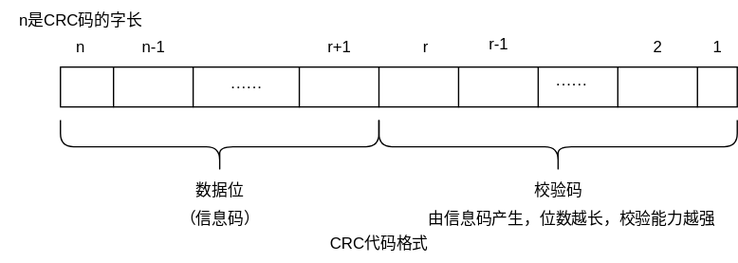
shenbeipiao/Reading-notes keeps this draw.io diagram as 软考/软考.svg. Above is the earlier version. Source tidied: cells renumbered, new cells last; positions are measured from the earlier drawing's top-left corner, leaving out a move shared by most shapes. Its diagram source:
```xml
<mxGraphModel>
  <root>
    <mxCell id="0" />
    <mxCell id="1" parent="0" />
    <mxCell id="2" style="rounded=0;whiteSpace=wrap;html=1;" parent="1" vertex="1">
      <mxGeometry x="45" y="50" width="510" height="30" as="geometry" />
    </mxCell>
    <mxCell id="3" style="shape=partialRectangle;whiteSpace=wrap;html=1;top=0;bottom=0;fillColor=none;" parent="1" vertex="1">
      <mxGeometry x="85" y="50" width="60" height="30" as="geometry" />
    </mxCell>
    <mxCell id="4" style="shape=partialRectangle;whiteSpace=wrap;html=1;top=0;bottom=0;fillColor=none;" parent="1" vertex="1">
      <mxGeometry x="225" y="50" width="60" height="30" as="geometry" />
    </mxCell>
    <mxCell id="5" style="shape=partialRectangle;whiteSpace=wrap;html=1;top=0;bottom=0;fillColor=none;" parent="1" vertex="1">
      <mxGeometry x="345" y="50" width="60" height="30" as="geometry" />
    </mxCell>
    <mxCell id="6" value="n&lt;br&gt;" style="text;html=1;align=center;verticalAlign=middle;strokeColor=none;fillColor=none;" parent="1" vertex="1">
      <mxGeometry x="45" y="20" width="30" height="30" as="geometry" />
    </mxCell>
    <mxCell id="7" value="n-1" style="text;html=1;align=center;verticalAlign=middle;strokeColor=none;fillColor=none;" parent="1" vertex="1">
      <mxGeometry x="95" y="20" width="40" height="30" as="geometry" />
    </mxCell>
    <mxCell id="8" value="······" style="text;html=1;align=center;verticalAlign=middle;strokeColor=none;fillColor=none;" parent="1" vertex="1">
      <mxGeometry x="160" y="50" width="50" height="30" as="geometry" />
    </mxCell>
    <mxCell id="9" value="r+1" style="text;html=1;align=center;verticalAlign=middle;strokeColor=none;fillColor=none;" parent="1" vertex="1">
      <mxGeometry x="235" y="20" width="40" height="30" as="geometry" />
    </mxCell>
    <mxCell id="10" style="shape=curlyBracket;whiteSpace=wrap;html=1;rounded=1;labelPosition=left;verticalLabelPosition=middle;align=right;verticalAlign=middle;direction=north;" parent="1" vertex="1">
      <mxGeometry x="45" y="90" width="240" height="40" as="geometry" />
    </mxCell>
    <mxCell id="11" value="数据位" style="text;html=1;align=center;verticalAlign=middle;strokeColor=none;fillColor=none;" parent="1" vertex="1">
      <mxGeometry x="135" y="128" width="60" height="30" as="geometry" />
    </mxCell>
    <mxCell id="12" value="r" style="text;html=1;align=center;verticalAlign=middle;strokeColor=none;fillColor=none;" parent="1" vertex="1">
      <mxGeometry x="305" y="20" width="30" height="30" as="geometry" />
    </mxCell>
    <mxCell id="13" value="r-1" style="text;html=1;align=center;verticalAlign=middle;strokeColor=none;fillColor=none;" parent="1" vertex="1">
      <mxGeometry x="355" y="18" width="40" height="30" as="geometry" />
    </mxCell>
    <mxCell id="14" style="shape=partialRectangle;whiteSpace=wrap;html=1;top=0;bottom=0;fillColor=none;" parent="1" vertex="1">
      <mxGeometry x="465" y="50" width="60" height="30" as="geometry" />
    </mxCell>
    <mxCell id="15" value="······" style="text;html=1;align=center;verticalAlign=middle;strokeColor=none;fillColor=none;" parent="1" vertex="1">
      <mxGeometry x="405" y="48" width="50" height="30" as="geometry" />
    </mxCell>
    <mxCell id="16" value="2" style="text;html=1;align=center;verticalAlign=middle;strokeColor=none;fillColor=none;" parent="1" vertex="1">
      <mxGeometry x="480" y="20" width="30" height="30" as="geometry" />
    </mxCell>
    <mxCell id="17" value="1" style="text;html=1;align=center;verticalAlign=middle;strokeColor=none;fillColor=none;" parent="1" vertex="1">
      <mxGeometry x="525" y="20" width="30" height="30" as="geometry" />
    </mxCell>
    <mxCell id="18" style="shape=curlyBracket;whiteSpace=wrap;html=1;rounded=1;labelPosition=left;verticalLabelPosition=middle;align=right;verticalAlign=middle;direction=north;" parent="1" vertex="1">
      <mxGeometry x="285" y="90" width="270" height="40" as="geometry" />
    </mxCell>
    <mxCell id="19" value="校验码" style="text;html=1;align=center;verticalAlign=middle;strokeColor=none;fillColor=none;" parent="1" vertex="1">
      <mxGeometry x="390" y="128" width="60" height="30" as="geometry" />
    </mxCell>
    <mxCell id="20" value="CRC代码格式" style="text;html=1;align=center;verticalAlign=middle;strokeColor=none;fillColor=none;" parent="1" vertex="1">
      <mxGeometry x="235" y="168" width="100" height="30" as="geometry" />
    </mxCell>
    <mxCell id="21" value="（信息码）" style="text;html=1;align=center;verticalAlign=middle;strokeColor=none;fillColor=none;" parent="1" vertex="1">
      <mxGeometry x="125" y="150" width="80" height="30" as="geometry" />
    </mxCell>
    <mxCell id="22" value="由信息码产生，位数越长，校验能力越强" style="text;html=1;align=center;verticalAlign=middle;strokeColor=none;fillColor=none;" parent="1" vertex="1">
      <mxGeometry x="310" y="150" width="240" height="30" as="geometry" />
    </mxCell>
    <mxCell id="23" value="n是CRC码的字长" style="text;html=1;align=center;verticalAlign=middle;strokeColor=none;fillColor=none;" parent="1" vertex="1">
      <mxGeometry width="120" height="30" as="geometry" />
    </mxCell>
  </root>
</mxGraphModel>
```
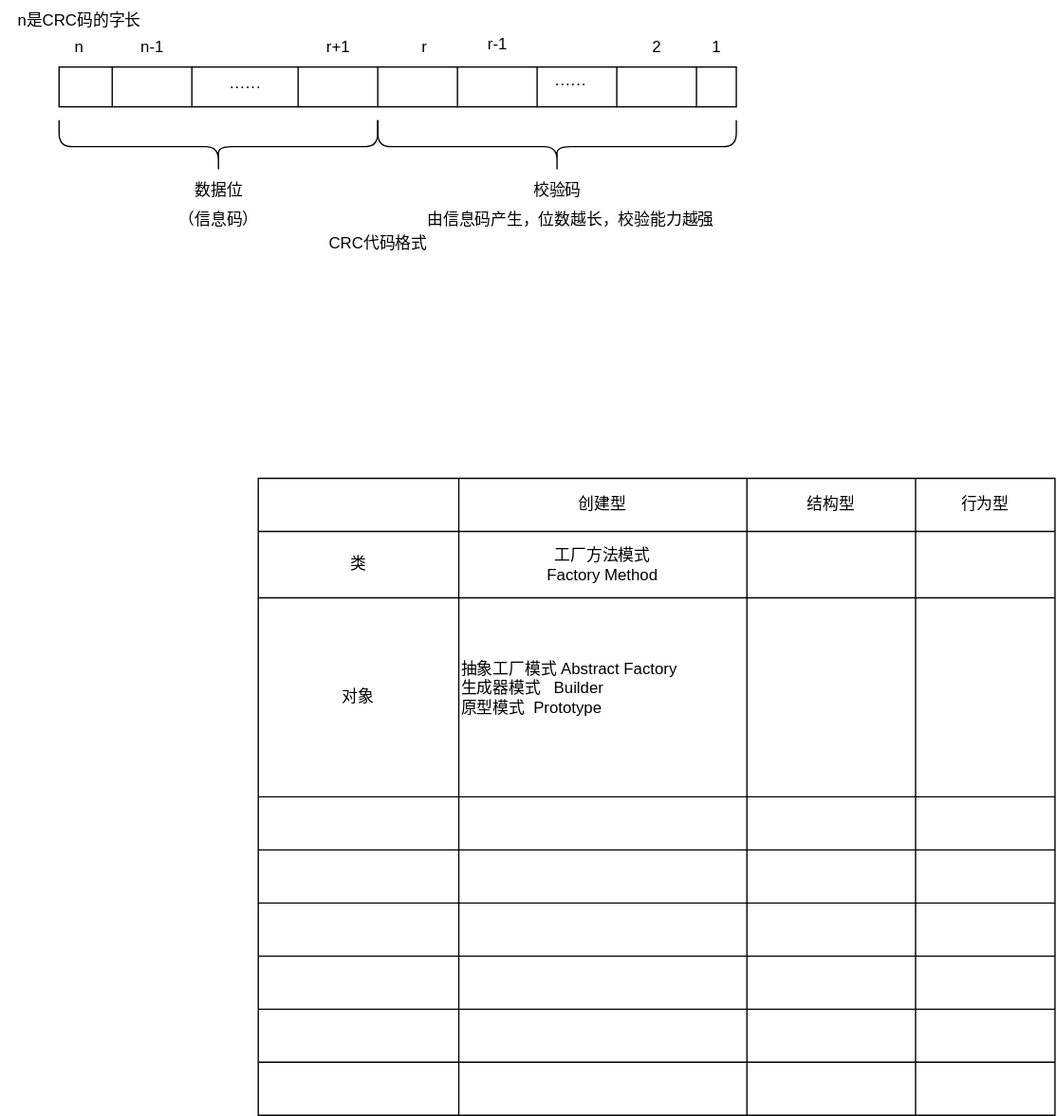
After the commit.

The edit, as a diff of the source:
```diff
@@ -68,5 +68,143 @@
     <mxCell id="23" value="n是CRC码的字长" style="text;html=1;align=center;verticalAlign=middle;strokeColor=none;fillColor=none;" parent="1" vertex="1">
       <mxGeometry width="120" height="30" as="geometry" />
     </mxCell>
+    <mxCell id="24" style="shape=table;startSize=0;" parent="1" vertex="1">
+      <mxGeometry x="195" y="360" width="600" height="480" as="geometry" />
+    </mxCell>
+    <mxCell id="25" style="shape=tableRow;horizontal=0;startSize=0;swimlaneHead=0;swimlaneBody=0;strokeColor=inherit;top=0;left=0;bottom=0;right=0;fillColor=none;" parent="24" vertex="1">
+      <mxGeometry width="600" height="40" as="geometry" />
+    </mxCell>
+    <mxCell id="26" style="shape=partialRectangle;html=1;whiteSpace=wrap;strokeColor=inherit;overflow=hidden;fillColor=none;top=0;left=0;bottom=0;right=0;" parent="25" vertex="1">
+      <mxGeometry width="151" height="40" as="geometry" />
+    </mxCell>
+    <mxCell id="27" value="创建型" style="shape=partialRectangle;html=1;whiteSpace=wrap;strokeColor=inherit;overflow=hidden;fillColor=none;top=0;left=0;bottom=0;right=0;" parent="25" vertex="1">
+      <mxGeometry x="151" width="217" height="40" as="geometry" />
+    </mxCell>
+    <mxCell id="28" value="结构型" style="shape=partialRectangle;html=1;whiteSpace=wrap;strokeColor=inherit;overflow=hidden;fillColor=none;top=0;left=0;bottom=0;right=0;" parent="25" vertex="1">
+      <mxGeometry x="368" width="127" height="40" as="geometry" />
+    </mxCell>
+    <mxCell id="29" value="行为型" style="shape=partialRectangle;html=1;whiteSpace=wrap;strokeColor=inherit;overflow=hidden;fillColor=none;top=0;left=0;bottom=0;right=0;" parent="25" vertex="1">
+      <mxGeometry x="495" width="105" height="40" as="geometry" />
+    </mxCell>
+    <mxCell id="30" style="shape=tableRow;horizontal=0;startSize=0;swimlaneHead=0;swimlaneBody=0;strokeColor=inherit;top=0;left=0;bottom=0;right=0;fillColor=none;" parent="24" vertex="1">
+      <mxGeometry y="40" width="600" height="50" as="geometry" />
+    </mxCell>
+    <mxCell id="31" value="类" style="shape=partialRectangle;html=1;whiteSpace=wrap;strokeColor=inherit;overflow=hidden;fillColor=none;top=0;left=0;bottom=0;right=0;" parent="30" vertex="1">
+      <mxGeometry width="151" height="50" as="geometry" />
+    </mxCell>
+    <mxCell id="32" value="工厂方法模式&lt;br&gt;Factory Method" style="shape=partialRectangle;html=1;whiteSpace=wrap;strokeColor=inherit;overflow=hidden;fillColor=none;top=0;left=0;bottom=0;right=0;" parent="30" vertex="1">
+      <mxGeometry x="151" width="217" height="50" as="geometry" />
+    </mxCell>
+    <mxCell id="33" style="shape=partialRectangle;html=1;whiteSpace=wrap;strokeColor=inherit;overflow=hidden;fillColor=none;top=0;left=0;bottom=0;right=0;" parent="30" vertex="1">
+      <mxGeometry x="368" width="127" height="50" as="geometry" />
+    </mxCell>
+    <mxCell id="34" style="shape=partialRectangle;html=1;whiteSpace=wrap;strokeColor=inherit;overflow=hidden;fillColor=none;top=0;left=0;bottom=0;right=0;" parent="30" vertex="1">
+      <mxGeometry x="495" width="105" height="50" as="geometry" />
+    </mxCell>
+    <mxCell id="35" style="shape=tableRow;horizontal=0;startSize=0;swimlaneHead=0;swimlaneBody=0;strokeColor=inherit;top=0;left=0;bottom=0;right=0;fillColor=none;" parent="24" vertex="1">
+      <mxGeometry y="90" width="600" height="150" as="geometry" />
+    </mxCell>
+    <mxCell id="36" value="对象" style="shape=partialRectangle;html=1;whiteSpace=wrap;strokeColor=inherit;overflow=hidden;fillColor=none;top=0;left=0;bottom=0;right=0;" parent="35" vertex="1">
+      <mxGeometry width="151" height="150" as="geometry" />
+    </mxCell>
+    <mxCell id="37" value="&lt;div style=&quot;&quot;&gt;&lt;span style=&quot;background-color: initial;&quot;&gt;抽象工厂模式 Abstract Factory&amp;nbsp;&lt;/span&gt;&lt;/div&gt;&lt;div style=&quot;&quot;&gt;&lt;span style=&quot;background-color: initial;&quot;&gt;生成器模式&amp;nbsp; &amp;nbsp;Builder&amp;nbsp;&lt;/span&gt;&lt;/div&gt;&lt;div style=&quot;&quot;&gt;&lt;span style=&quot;background-color: initial;&quot;&gt;原型模式&amp;nbsp; Prototype&lt;/span&gt;&lt;/div&gt;&lt;div style=&quot;&quot;&gt;&lt;span style=&quot;background-color: initial;&quot;&gt;&lt;br&gt;&lt;/span&gt;&lt;/div&gt;" style="shape=partialRectangle;html=1;whiteSpace=wrap;strokeColor=inherit;overflow=hidden;fillColor=none;top=0;left=0;bottom=0;right=0;align=left;" parent="35" vertex="1">
+      <mxGeometry x="151" width="217" height="150" as="geometry" />
+    </mxCell>
+    <mxCell id="38" style="shape=partialRectangle;html=1;whiteSpace=wrap;strokeColor=inherit;overflow=hidden;fillColor=none;top=0;left=0;bottom=0;right=0;" parent="35" vertex="1">
+      <mxGeometry x="368" width="127" height="150" as="geometry" />
+    </mxCell>
+    <mxCell id="39" style="shape=partialRectangle;html=1;whiteSpace=wrap;strokeColor=inherit;overflow=hidden;fillColor=none;top=0;left=0;bottom=0;right=0;" parent="35" vertex="1">
+      <mxGeometry x="495" width="105" height="150" as="geometry" />
+    </mxCell>
+    <mxCell id="40" style="shape=tableRow;horizontal=0;startSize=0;swimlaneHead=0;swimlaneBody=0;strokeColor=inherit;top=0;left=0;bottom=0;right=0;fillColor=none;" parent="24" vertex="1">
+      <mxGeometry y="240" width="600" height="40" as="geometry" />
+    </mxCell>
+    <mxCell id="41" style="shape=partialRectangle;html=1;whiteSpace=wrap;strokeColor=inherit;overflow=hidden;fillColor=none;top=0;left=0;bottom=0;right=0;" parent="40" vertex="1">
+      <mxGeometry width="151" height="40" as="geometry" />
+    </mxCell>
+    <mxCell id="42" style="shape=partialRectangle;html=1;whiteSpace=wrap;strokeColor=inherit;overflow=hidden;fillColor=none;top=0;left=0;bottom=0;right=0;" parent="40" vertex="1">
+      <mxGeometry x="151" width="217" height="40" as="geometry" />
+    </mxCell>
+    <mxCell id="43" style="shape=partialRectangle;html=1;whiteSpace=wrap;strokeColor=inherit;overflow=hidden;fillColor=none;top=0;left=0;bottom=0;right=0;" parent="40" vertex="1">
+      <mxGeometry x="368" width="127" height="40" as="geometry" />
+    </mxCell>
+    <mxCell id="44" style="shape=partialRectangle;html=1;whiteSpace=wrap;strokeColor=inherit;overflow=hidden;fillColor=none;top=0;left=0;bottom=0;right=0;" parent="40" vertex="1">
+      <mxGeometry x="495" width="105" height="40" as="geometry" />
+    </mxCell>
+    <mxCell id="45" style="shape=tableRow;horizontal=0;startSize=0;swimlaneHead=0;swimlaneBody=0;strokeColor=inherit;top=0;left=0;bottom=0;right=0;fillColor=none;" parent="24" vertex="1">
+      <mxGeometry y="280" width="600" height="40" as="geometry" />
+    </mxCell>
+    <mxCell id="46" style="shape=partialRectangle;html=1;whiteSpace=wrap;strokeColor=inherit;overflow=hidden;fillColor=none;top=0;left=0;bottom=0;right=0;" parent="45" vertex="1">
+      <mxGeometry width="151" height="40" as="geometry" />
+    </mxCell>
+    <mxCell id="47" style="shape=partialRectangle;html=1;whiteSpace=wrap;strokeColor=inherit;overflow=hidden;fillColor=none;top=0;left=0;bottom=0;right=0;" parent="45" vertex="1">
+      <mxGeometry x="151" width="217" height="40" as="geometry" />
+    </mxCell>
+    <mxCell id="48" style="shape=partialRectangle;html=1;whiteSpace=wrap;strokeColor=inherit;overflow=hidden;fillColor=none;top=0;left=0;bottom=0;right=0;" parent="45" vertex="1">
+      <mxGeometry x="368" width="127" height="40" as="geometry" />
+    </mxCell>
+    <mxCell id="49" style="shape=partialRectangle;html=1;whiteSpace=wrap;strokeColor=inherit;overflow=hidden;fillColor=none;top=0;left=0;bottom=0;right=0;" parent="45" vertex="1">
+      <mxGeometry x="495" width="105" height="40" as="geometry" />
+    </mxCell>
+    <mxCell id="50" style="shape=tableRow;horizontal=0;startSize=0;swimlaneHead=0;swimlaneBody=0;strokeColor=inherit;top=0;left=0;bottom=0;right=0;fillColor=none;" parent="24" vertex="1">
+      <mxGeometry y="320" width="600" height="40" as="geometry" />
+    </mxCell>
+    <mxCell id="51" style="shape=partialRectangle;html=1;whiteSpace=wrap;strokeColor=inherit;overflow=hidden;fillColor=none;top=0;left=0;bottom=0;right=0;" parent="50" vertex="1">
+      <mxGeometry width="151" height="40" as="geometry" />
+    </mxCell>
+    <mxCell id="52" style="shape=partialRectangle;html=1;whiteSpace=wrap;strokeColor=inherit;overflow=hidden;fillColor=none;top=0;left=0;bottom=0;right=0;" parent="50" vertex="1">
+      <mxGeometry x="151" width="217" height="40" as="geometry" />
+    </mxCell>
+    <mxCell id="53" style="shape=partialRectangle;html=1;whiteSpace=wrap;strokeColor=inherit;overflow=hidden;fillColor=none;top=0;left=0;bottom=0;right=0;" parent="50" vertex="1">
+      <mxGeometry x="368" width="127" height="40" as="geometry" />
+    </mxCell>
+    <mxCell id="54" style="shape=partialRectangle;html=1;whiteSpace=wrap;strokeColor=inherit;overflow=hidden;fillColor=none;top=0;left=0;bottom=0;right=0;" parent="50" vertex="1">
+      <mxGeometry x="495" width="105" height="40" as="geometry" />
+    </mxCell>
+    <mxCell id="55" style="shape=tableRow;horizontal=0;startSize=0;swimlaneHead=0;swimlaneBody=0;strokeColor=inherit;top=0;left=0;bottom=0;right=0;fillColor=none;" parent="24" vertex="1">
+      <mxGeometry y="360" width="600" height="40" as="geometry" />
+    </mxCell>
+    <mxCell id="56" style="shape=partialRectangle;html=1;whiteSpace=wrap;strokeColor=inherit;overflow=hidden;fillColor=none;top=0;left=0;bottom=0;right=0;" parent="55" vertex="1">
+      <mxGeometry width="151" height="40" as="geometry" />
+    </mxCell>
+    <mxCell id="57" style="shape=partialRectangle;html=1;whiteSpace=wrap;strokeColor=inherit;overflow=hidden;fillColor=none;top=0;left=0;bottom=0;right=0;" parent="55" vertex="1">
+      <mxGeometry x="151" width="217" height="40" as="geometry" />
+    </mxCell>
+    <mxCell id="58" style="shape=partialRectangle;html=1;whiteSpace=wrap;strokeColor=inherit;overflow=hidden;fillColor=none;top=0;left=0;bottom=0;right=0;" parent="55" vertex="1">
+      <mxGeometry x="368" width="127" height="40" as="geometry" />
+    </mxCell>
+    <mxCell id="59" style="shape=partialRectangle;html=1;whiteSpace=wrap;strokeColor=inherit;overflow=hidden;fillColor=none;top=0;left=0;bottom=0;right=0;" parent="55" vertex="1">
+      <mxGeometry x="495" width="105" height="40" as="geometry" />
+    </mxCell>
+    <mxCell id="60" style="shape=tableRow;horizontal=0;startSize=0;swimlaneHead=0;swimlaneBody=0;strokeColor=inherit;top=0;left=0;bottom=0;right=0;fillColor=none;" parent="24" vertex="1">
+      <mxGeometry y="400" width="600" height="40" as="geometry" />
+    </mxCell>
+    <mxCell id="61" style="shape=partialRectangle;html=1;whiteSpace=wrap;strokeColor=inherit;overflow=hidden;fillColor=none;top=0;left=0;bottom=0;right=0;" parent="60" vertex="1">
+      <mxGeometry width="151" height="40" as="geometry" />
+    </mxCell>
+    <mxCell id="62" style="shape=partialRectangle;html=1;whiteSpace=wrap;strokeColor=inherit;overflow=hidden;fillColor=none;top=0;left=0;bottom=0;right=0;" parent="60" vertex="1">
+      <mxGeometry x="151" width="217" height="40" as="geometry" />
+    </mxCell>
+    <mxCell id="63" style="shape=partialRectangle;html=1;whiteSpace=wrap;strokeColor=inherit;overflow=hidden;fillColor=none;top=0;left=0;bottom=0;right=0;" parent="60" vertex="1">
+      <mxGeometry x="368" width="127" height="40" as="geometry" />
+    </mxCell>
+    <mxCell id="64" style="shape=partialRectangle;html=1;whiteSpace=wrap;strokeColor=inherit;overflow=hidden;fillColor=none;top=0;left=0;bottom=0;right=0;" parent="60" vertex="1">
+      <mxGeometry x="495" width="105" height="40" as="geometry" />
+    </mxCell>
+    <mxCell id="65" style="shape=tableRow;horizontal=0;startSize=0;swimlaneHead=0;swimlaneBody=0;strokeColor=inherit;top=0;left=0;bottom=0;right=0;fillColor=none;" parent="24" vertex="1">
+      <mxGeometry y="440" width="600" height="40" as="geometry" />
+    </mxCell>
+    <mxCell id="66" style="shape=partialRectangle;html=1;whiteSpace=wrap;strokeColor=inherit;overflow=hidden;fillColor=none;top=0;left=0;bottom=0;right=0;" parent="65" vertex="1">
+      <mxGeometry width="151" height="40" as="geometry" />
+    </mxCell>
+    <mxCell id="67" style="shape=partialRectangle;html=1;whiteSpace=wrap;strokeColor=inherit;overflow=hidden;fillColor=none;top=0;left=0;bottom=0;right=0;" parent="65" vertex="1">
+      <mxGeometry x="151" width="217" height="40" as="geometry" />
+    </mxCell>
+    <mxCell id="68" style="shape=partialRectangle;html=1;whiteSpace=wrap;strokeColor=inherit;overflow=hidden;fillColor=none;top=0;left=0;bottom=0;right=0;" parent="65" vertex="1">
+      <mxGeometry x="368" width="127" height="40" as="geometry" />
+    </mxCell>
+    <mxCell id="69" style="shape=partialRectangle;html=1;whiteSpace=wrap;strokeColor=inherit;overflow=hidden;fillColor=none;top=0;left=0;bottom=0;right=0;" parent="65" vertex="1">
+      <mxGeometry x="495" width="105" height="40" as="geometry" />
+    </mxCell>
   </root>
 </mxGraphModel>
```
